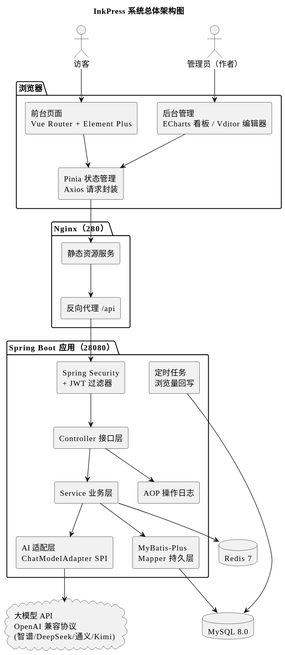
The PlantUML diagram docs/diagrams/svg/01-系统架构图.svg in lggyx/inkpress2agent, before a commit.
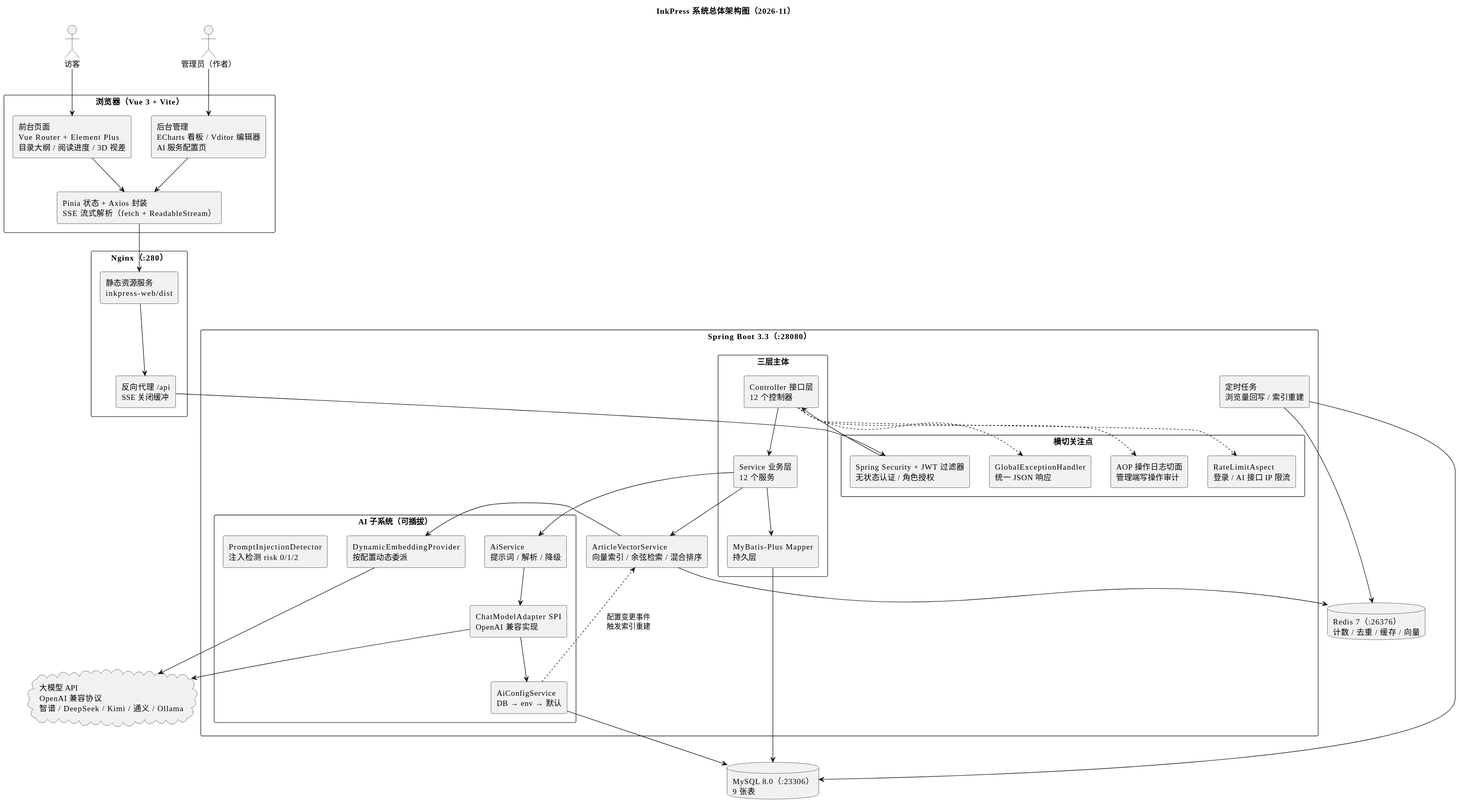
The same file after the commit.

The edit, as a diff of the source:
```diff
@@ -3,35 +3,53 @@
 skinparam componentStyle rectangle
 skinparam shadowing false
 skinparam defaultFontName Microsoft YaHei
-title InkPress 系统总体架构图
+skinparam packageStyle rectangle
+title InkPress 系统总体架构图（2026-11）
 
-actor 访客 as guest
+actor "访客" as guest
 actor "管理员（作者）" as admin
 
-package "浏览器" {
-  [前台页面\nVue Router + Element Plus] as front
-  [后台管理\nECharts 看板 / Vditor 编辑器] as backui
-  [Pinia 状态管理\nAxios 请求封装] as store
+package "浏览器（Vue 3 + Vite）" {
+  [前台页面\nVue Router + Element Plus\n目录大纲 / 阅读进度 / 3D 视差] as front
+  [后台管理\nECharts 看板 / Vditor 编辑器\nAI 服务配置页] as backui
+  [Pinia 状态 + Axios 封装\nSSE 流式解析（fetch + ReadableStream）] as store
 }
 
-package "Nginx（280）" {
-  [静态资源服务] as nginx
-  [反向代理 /api] as proxy
+package "Nginx（:280）" {
+  [静态资源服务\ninkpress-web/dist] as nginx
+  [反向代理 /api\nSSE 关闭缓冲] as proxy
 }
 
-package "Spring Boot 应用（28080）" {
-  [Controller 接口层] as ctrl
-  [Service 业务层] as svc
-  [Spring Security\n+ JWT 过滤器] as sec
-  [MyBatis-Plus\nMapper 持久层] as mapper
-  [AI 适配层\nChatModelAdapter SPI] as ai
-  [AOP 操作日志] as aop
-  [定时任务\n浏览量回写] as sched
+package "Spring Boot 3.3（:28080）" {
+
+  package "横切关注点" {
+    [Spring Security + JWT 过滤器\n无状态认证 / 角色授权] as sec
+    [AOP 操作日志切面\n管理端写操作审计] as aop
+    [RateLimitAspect\n登录 / AI 接口 IP 限流] as limit
+    [GlobalExceptionHandler\n统一 JSON 响应] as exh
+  }
+
+  package "三层主体" {
+    [Controller 接口层\n12 个控制器] as ctrl
+    [Service 业务层\n12 个服务] as svc
+    [MyBatis-Plus Mapper\n持久层] as mapper
+  }
+
+  package "AI 子系统（可插拔）" {
+    [ChatModelAdapter SPI\nOpenAI 兼容实现] as adapter
+    [AiService\n提示词 / 解析 / 降级] as aisvc
+    [DynamicEmbeddingProvider\n按配置动态委派] as emb
+    [AiConfigService\nDB → env → 默认] as cfg
+    [PromptInjectionDetector\n注入检测 risk 0/1/2] as inject
+  }
+
+  [ArticleVectorService\n向量索引 / 余弦检索 / 混合排序] as vec
+  [定时任务\n浏览量回写 / 索引重建] as sched
 }
 
-database "MySQL 8.0" as mysql
-database "Redis 7" as redis
-cloud "大模型 API\nOpenAI 兼容协议\n(智谱/DeepSeek/通义/Kimi)" as llm
+database "MySQL 8.0（:23306）\n9 张表" as mysql
+database "Redis 7（:26376）\n计数 / 去重 / 缓存 / 向量" as redis
+cloud "大模型 API\nOpenAI 兼容协议\n智谱 / DeepSeek / Kimi / 通义 / Ollama" as llm
 
 guest --> front
 admin --> backui
@@ -43,10 +61,20 @@
 sec --> ctrl
 ctrl --> svc
 svc --> mapper
-svc --> ai
-ctrl --> aop
-svc --> redis
+mapper --> mysql
+svc --> vec
+vec --> emb
+vec --> redis
+svc --> aisvc
+aisvc --> adapter
+adapter --> cfg
+adapter --> llm
+emb --> llm
+cfg --> mysql
+ctrl ..> aop
+ctrl ..> limit
+ctrl ..> exh
 sched --> mysql
-mapper --> mysql
-ai --> llm
+sched --> redis
+cfg ..> vec : 配置变更事件\n触发索引重建
 @enduml
```
